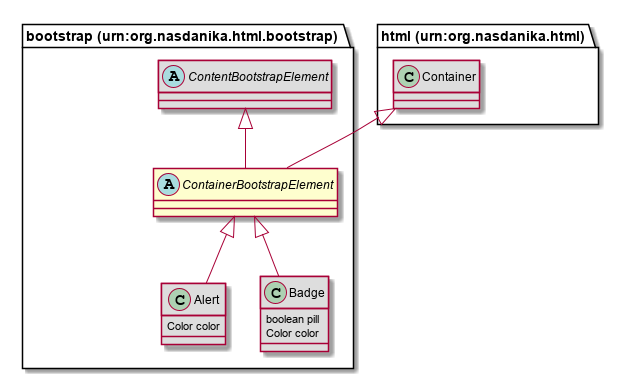
Nasdanika/html keeps this PlantUML diagram as repository/src/site/resources/model-doc/75726e3a6f72672e6e617364616e696b612e68746d6c2e626f6f747374726170/ContainerBootstrapElement.png. Above is the earlier version. Its diagram source:
```plantuml
@startuml
abstract class "bootstrap (urn:org.nasdanika.html.bootstrap).ContainerBootstrapElement" [[#router/doc-content/75726e3a6f72672e6e617364616e696b612e68746d6c2e626f6f747374726170/ContainerBootstrapElement.html{Content bootstrap element which can contain other conent, e.g. an alert.}]] {
}
class "html (urn:org.nasdanika.html).Container" [[#router/doc-content/75726e3a6f72672e6e617364616e696b612e68746d6c/Container.html{Container of other content.}]] #DDDDDD {
}
class "bootstrap (urn:org.nasdanika.html.bootstrap).Alert" [[#router/doc-content/75726e3a6f72672e6e617364616e696b612e68746d6c2e626f6f747374726170/Alert.html]] #DDDDDD {
	Color color
}
class "bootstrap (urn:org.nasdanika.html.bootstrap).Badge" [[#router/doc-content/75726e3a6f72672e6e617364616e696b612e68746d6c2e626f6f747374726170/Badge.html]] #DDDDDD {
	boolean pill
	Color color
}
abstract class "bootstrap (urn:org.nasdanika.html.bootstrap).ContentBootstrapElement" [[#router/doc-content/75726e3a6f72672e6e617364616e696b612e68746d6c2e626f6f747374726170/ContentBootstrapElement.html{Bootstrap element which can be used as content. }]] #DDDDDD {
}
"bootstrap (urn:org.nasdanika.html.bootstrap).ContentBootstrapElement" <|-- "bootstrap (urn:org.nasdanika.html.bootstrap).ContainerBootstrapElement"
"html (urn:org.nasdanika.html).Container" <|-- "bootstrap (urn:org.nasdanika.html.bootstrap).ContainerBootstrapElement"
"bootstrap (urn:org.nasdanika.html.bootstrap).ContainerBootstrapElement" <|-- "bootstrap (urn:org.nasdanika.html.bootstrap).Alert"
"bootstrap (urn:org.nasdanika.html.bootstrap).ContainerBootstrapElement" <|-- "bootstrap (urn:org.nasdanika.html.bootstrap).Badge"
@enduml
```
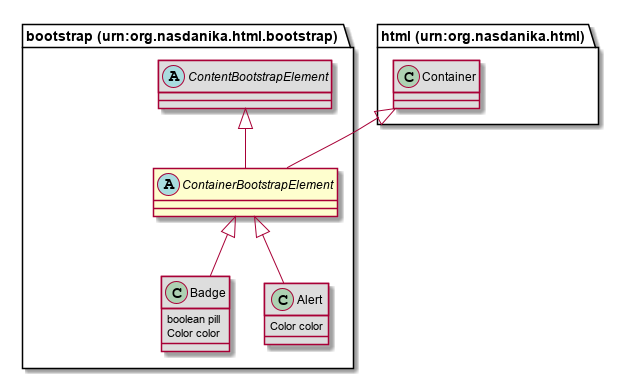
The same diagram one commit later.

What changed in the source:
```diff
@@ -1,19 +1,19 @@
 @startuml
 abstract class "bootstrap (urn:org.nasdanika.html.bootstrap).ContainerBootstrapElement" [[#router/doc-content/75726e3a6f72672e6e617364616e696b612e68746d6c2e626f6f747374726170/ContainerBootstrapElement.html{Content bootstrap element which can contain other conent, e.g. an alert.}]] {
+}
+class "bootstrap (urn:org.nasdanika.html.bootstrap).Badge" [[#router/doc-content/75726e3a6f72672e6e617364616e696b612e68746d6c2e626f6f747374726170/Badge.html]] #DDDDDD {
+	boolean pill
+	Color color
 }
 class "html (urn:org.nasdanika.html).Container" [[#router/doc-content/75726e3a6f72672e6e617364616e696b612e68746d6c/Container.html{Container of other content.}]] #DDDDDD {
 }
 class "bootstrap (urn:org.nasdanika.html.bootstrap).Alert" [[#router/doc-content/75726e3a6f72672e6e617364616e696b612e68746d6c2e626f6f747374726170/Alert.html]] #DDDDDD {
 	Color color
 }
-class "bootstrap (urn:org.nasdanika.html.bootstrap).Badge" [[#router/doc-content/75726e3a6f72672e6e617364616e696b612e68746d6c2e626f6f747374726170/Badge.html]] #DDDDDD {
-	boolean pill
-	Color color
-}
 abstract class "bootstrap (urn:org.nasdanika.html.bootstrap).ContentBootstrapElement" [[#router/doc-content/75726e3a6f72672e6e617364616e696b612e68746d6c2e626f6f747374726170/ContentBootstrapElement.html{Bootstrap element which can be used as content. }]] #DDDDDD {
 }
+"bootstrap (urn:org.nasdanika.html.bootstrap).ContainerBootstrapElement" <|-- "bootstrap (urn:org.nasdanika.html.bootstrap).Badge"
 "bootstrap (urn:org.nasdanika.html.bootstrap).ContentBootstrapElement" <|-- "bootstrap (urn:org.nasdanika.html.bootstrap).ContainerBootstrapElement"
 "html (urn:org.nasdanika.html).Container" <|-- "bootstrap (urn:org.nasdanika.html.bootstrap).ContainerBootstrapElement"
 "bootstrap (urn:org.nasdanika.html.bootstrap).ContainerBootstrapElement" <|-- "bootstrap (urn:org.nasdanika.html.bootstrap).Alert"
-"bootstrap (urn:org.nasdanika.html.bootstrap).ContainerBootstrapElement" <|-- "bootstrap (urn:org.nasdanika.html.bootstrap).Badge"
 @enduml
```
